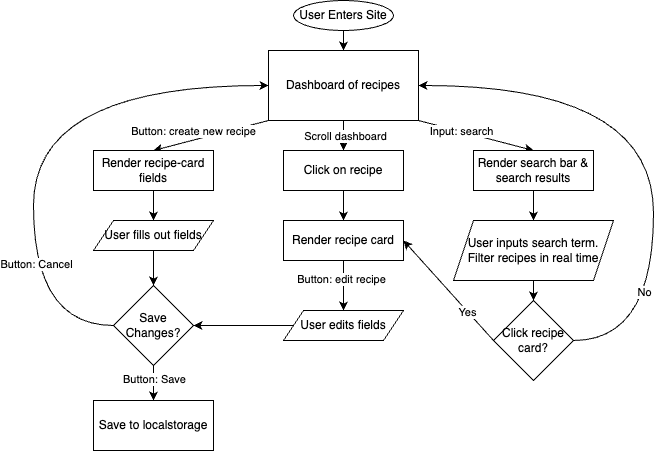
The draw.io diagram specs/brainstorm/flowchart.png in cse110-sp25-group12/cse110-sp25-group12, before a commit. Source tidied: cells renumbered, new cells last; positions are measured from the earlier drawing's top-left corner, leaving out a move shared by most shapes.
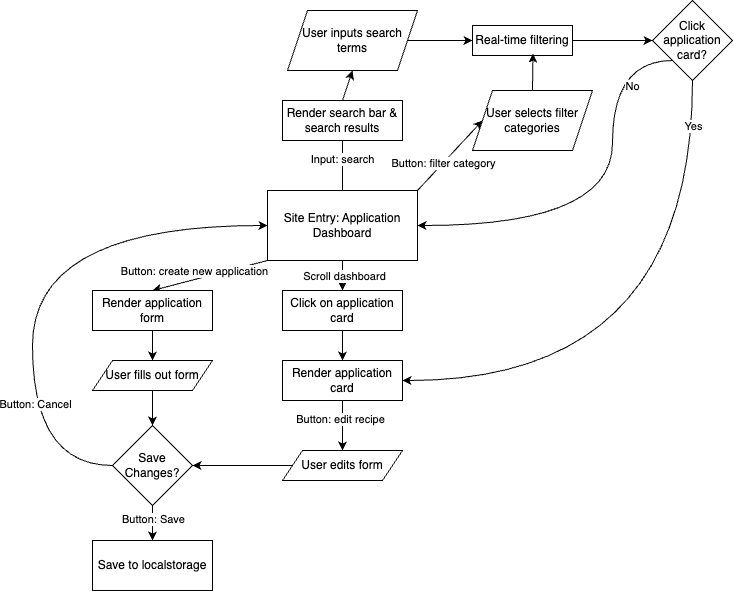
Later version of the same file.

Commit message:
Edited flowchart for application-tracker

The edit, as a diff of the source:
```diff
@@ -2,16 +2,10 @@
   <root>
     <mxCell id="0" />
     <mxCell id="1" parent="0" />
-    <mxCell id="2" style="edgeStyle=none;html=1;exitX=0.5;exitY=1;exitDx=0;exitDy=0;entryX=0.5;entryY=0;entryDx=0;entryDy=0;" parent="1" edge="1" source="3" target="10">
-      <mxGeometry relative="1" as="geometry" />
-    </mxCell>
-    <mxCell id="3" value="User Enters Site" style="ellipse;whiteSpace=wrap;html=1;" parent="1" vertex="1">
-      <mxGeometry x="260" width="100" height="30" as="geometry" />
-    </mxCell>
     <mxCell id="4" style="edgeStyle=none;html=1;exitX=0;exitY=1;exitDx=0;exitDy=0;entryX=0.5;entryY=0;entryDx=0;entryDy=0;" parent="1" edge="1" source="10" target="12">
       <mxGeometry relative="1" as="geometry" />
     </mxCell>
-    <mxCell id="5" value="Button: create new recipe" style="edgeLabel;html=1;align=center;verticalAlign=middle;" parent="4" vertex="1">
+    <mxCell id="5" value="Button: create new application" style="edgeLabel;html=1;align=center;verticalAlign=middle;" parent="4" vertex="1">
       <mxGeometry x="-0.27" y="-3" relative="1" as="geometry">
         <mxPoint x="-32" y="2" as="offset" />
       </mxGeometry>
@@ -22,25 +16,31 @@
     <mxCell id="7" value="Scroll dashboard" style="edgeLabel;html=1;align=center;verticalAlign=middle;" parent="6" vertex="1">
       <mxGeometry y="1" relative="1" as="geometry" />
     </mxCell>
-    <mxCell id="8" style="edgeStyle=none;html=1;exitX=1;exitY=1;exitDx=0;exitDy=0;entryX=0.5;entryY=0;entryDx=0;entryDy=0;" parent="1" edge="1" source="10" target="22">
+    <mxCell id="8" style="edgeStyle=none;html=1;entryX=0.5;entryY=0;entryDx=0;entryDy=0;exitX=0.5;exitY=0;exitDx=0;exitDy=0;" parent="1" edge="1" source="10" target="22">
       <mxGeometry relative="1" as="geometry" />
     </mxCell>
     <mxCell id="9" value="Input: search" style="edgeLabel;html=1;align=center;verticalAlign=middle;" parent="8" vertex="1">
       <mxGeometry x="-0.26" y="1" relative="1" as="geometry" />
     </mxCell>
+    <mxCell id="37" style="edgeStyle=none;html=1;exitX=1;exitY=0;exitDx=0;exitDy=0;entryX=0;entryY=0.5;entryDx=0;entryDy=0;" parent="1" edge="1" source="10" target="40">
+      <mxGeometry relative="1" as="geometry" />
+    </mxCell>
+    <mxCell id="38" value="Button: filter category" style="edgeLabel;html=1;align=center;verticalAlign=middle;" parent="37" vertex="1">
+      <mxGeometry x="-0.24" y="1" relative="1" as="geometry" />
+    </mxCell>
-    <mxCell id="10" value="Dashboard of recipes" style="rounded=0;whiteSpace=wrap;html=1;" parent="1" vertex="1">
+    <mxCell id="10" value="Site Entry: Application Dashboard" style="rounded=0;whiteSpace=wrap;html=1;" parent="1" vertex="1">
       <mxGeometry x="235" y="50" width="150" height="70" as="geometry" />
     </mxCell>
     <mxCell id="11" style="edgeStyle=none;html=1;exitX=0.5;exitY=1;exitDx=0;exitDy=0;entryX=0.5;entryY=0;entryDx=0;entryDy=0;" parent="1" edge="1" source="12" target="14">
       <mxGeometry relative="1" as="geometry" />
     </mxCell>
-    <mxCell id="12" value="Render recipe-card fields" style="rounded=0;whiteSpace=wrap;html=1;" parent="1" vertex="1">
+    <mxCell id="12" value="Render application form" style="rounded=0;whiteSpace=wrap;html=1;" parent="1" vertex="1">
       <mxGeometry x="60" y="150" width="120" height="40" as="geometry" />
     </mxCell>
     <mxCell id="13" style="edgeStyle=none;html=1;exitX=0.5;exitY=1;exitDx=0;exitDy=0;entryX=0.5;entryY=0;entryDx=0;entryDy=0;" parent="1" edge="1" source="14" target="31">
       <mxGeometry relative="1" as="geometry" />
     </mxCell>
-    <mxCell id="14" value="User fills out fields" style="shape=parallelogram;perimeter=parallelogramPerimeter;whiteSpace=wrap;html=1;fixedSize=1;" parent="1" vertex="1">
+    <mxCell id="14" value="User fills out form" style="shape=parallelogram;perimeter=parallelogramPerimeter;whiteSpace=wrap;html=1;fixedSize=1;" parent="1" vertex="1">
       <mxGeometry x="60" y="220" width="120" height="30" as="geometry" />
     </mxCell>
     <mxCell id="15" value="Save to localstorage" style="rounded=0;whiteSpace=wrap;html=1;" parent="1" vertex="1">
@@ -49,7 +49,7 @@
     <mxCell id="16" style="edgeStyle=none;html=1;exitX=0.5;exitY=1;exitDx=0;exitDy=0;entryX=0.5;entryY=0;entryDx=0;entryDy=0;" parent="1" edge="1" source="17" target="20">
       <mxGeometry relative="1" as="geometry" />
     </mxCell>
-    <mxCell id="17" value="Click&lt;span style=&quot;background-color: transparent;&quot;&gt;&amp;nbsp;on recipe&lt;/span&gt;" style="rounded=0;whiteSpace=wrap;html=1;" parent="1" vertex="1">
+    <mxCell id="17" value="Click&lt;span style=&quot;background-color: transparent;&quot;&gt;&amp;nbsp;on application card&lt;/span&gt;" style="rounded=0;whiteSpace=wrap;html=1;" parent="1" vertex="1">
       <mxGeometry x="250" y="150" width="120" height="40" as="geometry" />
     </mxCell>
     <mxCell id="18" style="edgeStyle=none;html=1;exitX=0.5;exitY=1;exitDx=0;exitDy=0;entryX=0.5;entryY=0;entryDx=0;entryDy=0;" parent="1" edge="1" source="20" target="26">
@@ -58,25 +58,25 @@
     <mxCell id="19" value="Button: edit recipe" style="edgeLabel;html=1;align=center;verticalAlign=middle;" parent="18" vertex="1">
       <mxGeometry x="-0.27" y="-3" relative="1" as="geometry" />
     </mxCell>
-    <mxCell id="20" value="Render recipe card" style="rounded=0;whiteSpace=wrap;html=1;" parent="1" vertex="1">
+    <mxCell id="20" value="Render application card" style="rounded=0;whiteSpace=wrap;html=1;" parent="1" vertex="1">
       <mxGeometry x="250" y="220" width="120" height="40" as="geometry" />
     </mxCell>
-    <mxCell id="21" style="edgeStyle=none;html=1;exitX=0.5;exitY=1;exitDx=0;exitDy=0;entryX=0.5;entryY=0;entryDx=0;entryDy=0;" parent="1" edge="1" source="22" target="24">
+    <mxCell id="21" style="edgeStyle=none;html=1;exitX=0.5;exitY=0;exitDx=0;exitDy=0;entryX=0.5;entryY=1;entryDx=0;entryDy=0;" parent="1" edge="1" source="22" target="24">
       <mxGeometry relative="1" as="geometry" />
     </mxCell>
     <mxCell id="22" value="Render search bar &amp;amp; search results" style="rounded=0;whiteSpace=wrap;html=1;" parent="1" vertex="1">
-      <mxGeometry x="440" y="150" width="120" height="40" as="geometry" />
+      <mxGeometry x="250" y="-40" width="120" height="40" as="geometry" />
     </mxCell>
-    <mxCell id="23" style="edgeStyle=none;html=1;exitX=0.5;exitY=1;exitDx=0;exitDy=0;entryX=0.5;entryY=0;entryDx=0;entryDy=0;" parent="1" edge="1" source="24" target="36">
-      <mxGeometry relative="1" as="geometry" />
-    </mxCell>
+    <mxCell id="39" style="edgeStyle=none;html=1;exitX=1;exitY=0.5;exitDx=0;exitDy=0;entryX=0;entryY=0.5;entryDx=0;entryDy=0;" parent="1" edge="1" source="24" target="42">
+      <mxGeometry relative="1" as="geometry" />
+    </mxCell>
-    <mxCell id="24" value="User inputs search term. Filter recipes in real time" style="shape=parallelogram;perimeter=parallelogramPerimeter;whiteSpace=wrap;html=1;fixedSize=1;" parent="1" vertex="1">
-      <mxGeometry x="420" y="220" width="160" height="60" as="geometry" />
+    <mxCell id="24" value="User inputs search terms" style="shape=parallelogram;perimeter=parallelogramPerimeter;whiteSpace=wrap;html=1;fixedSize=1;" parent="1" vertex="1">
+      <mxGeometry x="255" y="-130" width="130" height="60" as="geometry" />
     </mxCell>
     <mxCell id="25" style="edgeStyle=none;html=1;exitX=0;exitY=0.5;exitDx=0;exitDy=0;entryX=1;entryY=0.5;entryDx=0;entryDy=0;" parent="1" edge="1" source="26" target="31">
       <mxGeometry relative="1" as="geometry" />
     </mxCell>
-    <mxCell id="26" value="User edits fields" style="shape=parallelogram;perimeter=parallelogramPerimeter;whiteSpace=wrap;html=1;fixedSize=1;" parent="1" vertex="1">
+    <mxCell id="26" value="User edits form" style="shape=parallelogram;perimeter=parallelogramPerimeter;whiteSpace=wrap;html=1;fixedSize=1;" parent="1" vertex="1">
       <mxGeometry x="250" y="310" width="120" height="30" as="geometry" />
     </mxCell>
     <mxCell id="27" style="edgeStyle=none;html=1;exitX=0.5;exitY=1;exitDx=0;exitDy=0;entryX=0.5;entryY=0;entryDx=0;entryDy=0;" parent="1" edge="1" source="31" target="15">
@@ -99,25 +99,37 @@
     <mxCell id="31" value="Save Changes?" style="rhombus;whiteSpace=wrap;html=1;" parent="1" vertex="1">
       <mxGeometry x="80" y="285" width="80" height="80" as="geometry" />
     </mxCell>
+    <mxCell id="34" style="edgeStyle=orthogonalEdgeStyle;curved=1;html=1;exitX=0;exitY=1;exitDx=0;exitDy=0;entryX=1;entryY=0.5;entryDx=0;entryDy=0;" parent="1" edge="1" source="36" target="10">
+      <mxGeometry relative="1" as="geometry">
+        <Array as="points">
+          <mxPoint x="580" y="-80" />
+          <mxPoint x="580" y="85" />
+        </Array>
+      </mxGeometry>
+    </mxCell>
+    <mxCell id="35" value="No" style="edgeLabel;html=1;align=center;verticalAlign=middle;" parent="34" vertex="1">
+      <mxGeometry x="-0.6" y="19" relative="1" as="geometry" />
+    </mxCell>
-    <mxCell id="32" style="edgeStyle=none;html=1;exitX=0;exitY=0.5;exitDx=0;exitDy=0;entryX=1;entryY=0.5;entryDx=0;entryDy=0;" parent="1" edge="1" source="36" target="20">
+    <mxCell id="32" style="edgeStyle=orthogonalEdgeStyle;curved=1;html=1;exitX=0.5;exitY=1;exitDx=0;exitDy=0;entryX=1;entryY=0.5;entryDx=0;entryDy=0;" parent="1" edge="1" source="36" target="20">
       <mxGeometry relative="1" as="geometry" />
     </mxCell>
     <mxCell id="33" value="Yes" style="edgeLabel;html=1;align=center;verticalAlign=middle;" parent="32" vertex="1">
-      <mxGeometry x="-0.42" relative="1" as="geometry" />
+      <mxGeometry x="-0.84" relative="1" as="geometry" />
     </mxCell>
-    <mxCell id="34" style="edgeStyle=orthogonalEdgeStyle;html=1;exitX=1;exitY=0.5;exitDx=0;exitDy=0;entryX=1;entryY=0.5;entryDx=0;entryDy=0;curved=1;" parent="1" edge="1" source="36" target="10">
-      <mxGeometry relative="1" as="geometry">
-        <Array as="points">
-          <mxPoint x="620" y="340" />
-          <mxPoint x="620" y="85" />
-        </Array>
-      </mxGeometry>
-    </mxCell>
-    <mxCell id="35" value="No" style="edgeLabel;html=1;align=center;verticalAlign=middle;" parent="34" vertex="1">
-      <mxGeometry x="-0.55" y="10" relative="1" as="geometry" />
-    </mxCell>
-    <mxCell id="36" value="Click recipe card?" style="rhombus;whiteSpace=wrap;html=1;" parent="1" vertex="1">
-      <mxGeometry x="460" y="300" width="80" height="80" as="geometry" />
+    <mxCell id="36" value="Click application card?" style="rhombus;whiteSpace=wrap;html=1;" parent="1" vertex="1">
+      <mxGeometry x="620" y="-140" width="80" height="80" as="geometry" />
     </mxCell>
+    <mxCell id="40" value="User selects filter categories" style="shape=parallelogram;perimeter=parallelogramPerimeter;whiteSpace=wrap;html=1;fixedSize=1;" parent="1" vertex="1">
+      <mxGeometry x="440" y="-50" width="120" height="60" as="geometry" />
+    </mxCell>
+    <mxCell id="41" style="edgeStyle=none;html=1;exitX=1;exitY=0.5;exitDx=0;exitDy=0;entryX=0;entryY=0.5;entryDx=0;entryDy=0;" parent="1" edge="1" source="42" target="36">
+      <mxGeometry relative="1" as="geometry" />
+    </mxCell>
+    <mxCell id="42" value="Real-time filtering" style="rounded=0;whiteSpace=wrap;html=1;" parent="1" vertex="1">
+      <mxGeometry x="440" y="-115" width="100" height="30" as="geometry" />
+    </mxCell>
+    <mxCell id="43" style="edgeStyle=none;html=1;exitX=0.5;exitY=0;exitDx=0;exitDy=0;entryX=0.605;entryY=0.933;entryDx=0;entryDy=0;entryPerimeter=0;" parent="1" edge="1" source="40" target="42">
+      <mxGeometry relative="1" as="geometry" />
+    </mxCell>
   </root>
 </mxGraphModel>
```
